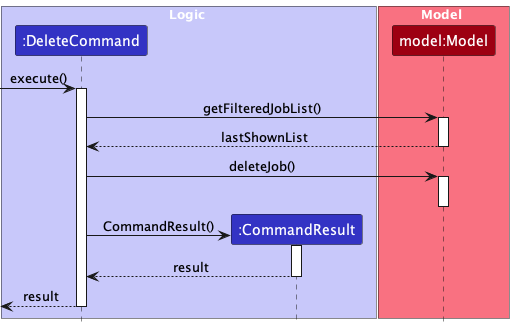
This is docs/images/developer-guide/DeleteCommandSequenceDiagram.png from nus-cs2103-AY2324S1/tp, a PlantUML export, as it was before one commit.
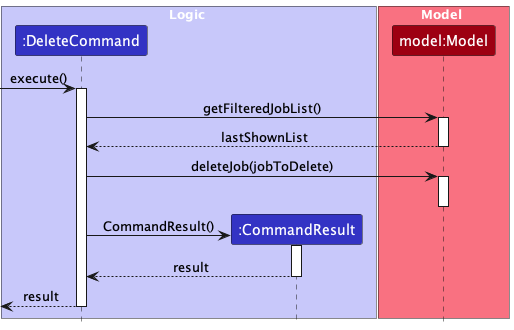
After the commit.

Commit message:
Edit UML diagram for Delete

Diff of the diagram source:
```diff
@@ -13,7 +13,7 @@
 [-> dc ++: execute()
 dc -> m ++: getFilteredJobList()
 m --> dc --: lastShownList
-dc -> m ++: deleteJob()
+dc -> m ++: deleteJob(jobToDelete)
 deactivate m
 create cr
 dc -> cr ++: CommandResult()
```
